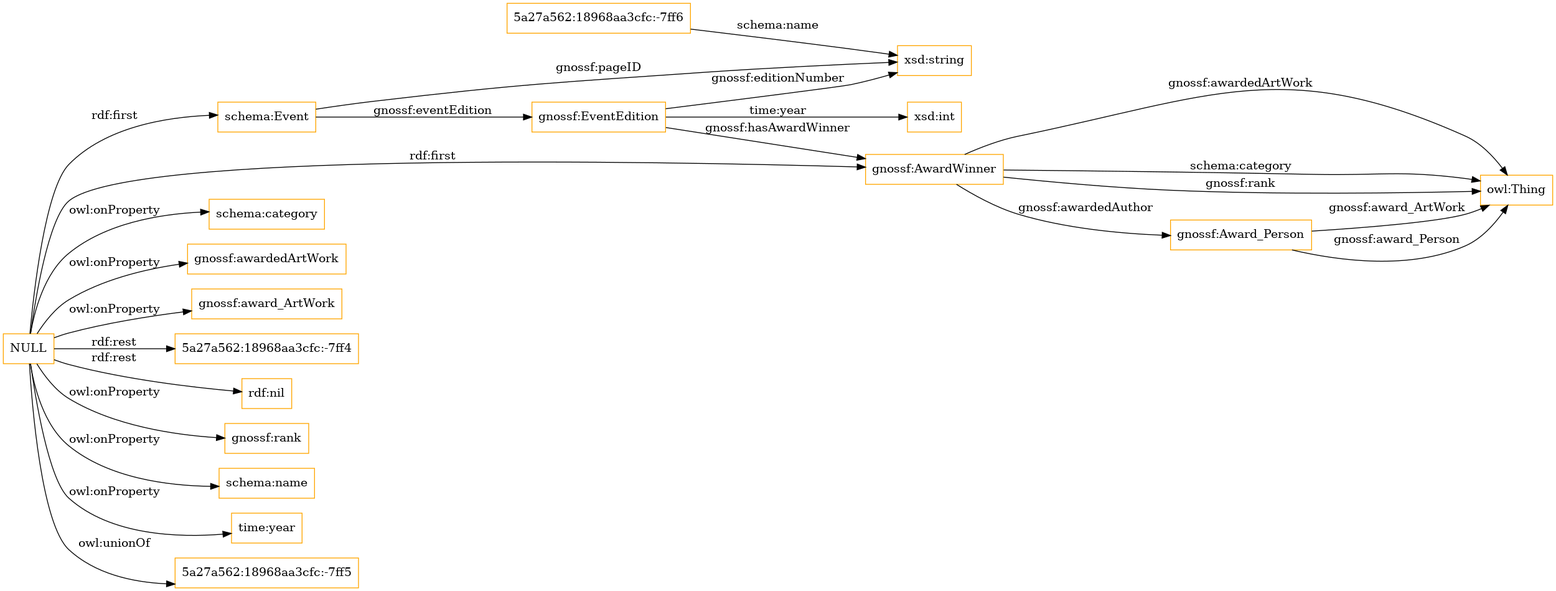
Before: OnToology/gfpremio.owl/diagrams/ar2dtool-class/gfpremio.owl.png, a diagram exported from Graphviz (sergio10mwws/ontologias-demo). Its source is kept beside it as OnToology/gfpremio.owl/diagrams/ar2dtool-class/gfpremio.owl.png.dot.
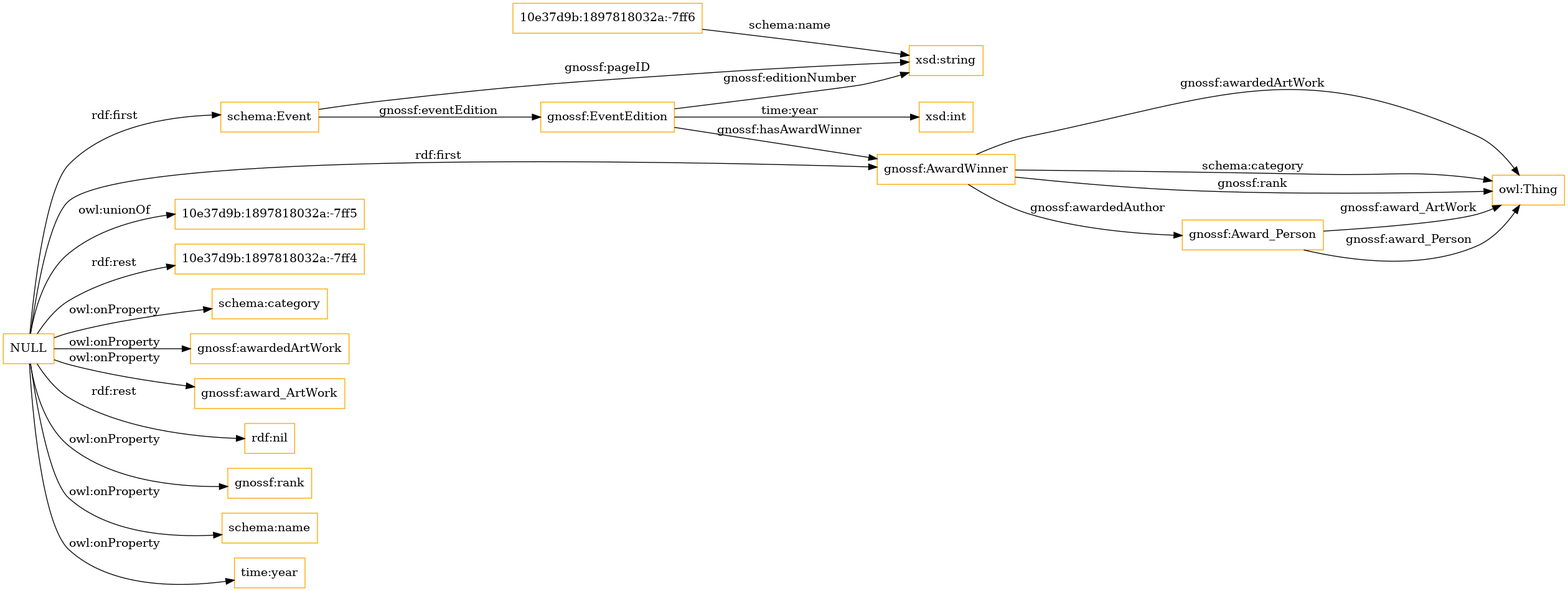
The same file after the commit.

The edit, as a diff of the source:
```diff
@@ -1,20 +1,20 @@
 digraph ar2dtool_diagram {
 rankdir=LR;
 size="1501"
-node [shape = rectangle, color="orange"]; "5a27a562:18968aa3cfc:-7ff6" "gnossf:AwardWinner" "schema:Event" "gnossf:Award_Person" "gnossf:EventEdition" ; /*classes style*/
+node [shape = rectangle, color="orange"]; "10e37d9b:1897818032a:-7ff6" "gnossf:AwardWinner" "schema:Event" "gnossf:Award_Person" "gnossf:EventEdition" ; /*classes style*/
+	"NULL" -> "10e37d9b:1897818032a:-7ff5" [ label = "owl:unionOf" ];
+	"NULL" -> "10e37d9b:1897818032a:-7ff4" [ label = "rdf:rest" ];
 	"NULL" -> "schema:category" [ label = "owl:onProperty" ];
 	"NULL" -> "gnossf:awardedArtWork" [ label = "owl:onProperty" ];
 	"NULL" -> "gnossf:award_ArtWork" [ label = "owl:onProperty" ];
-	"NULL" -> "5a27a562:18968aa3cfc:-7ff4" [ label = "rdf:rest" ];
 	"NULL" -> "rdf:nil" [ label = "rdf:rest" ];
 	"NULL" -> "gnossf:AwardWinner" [ label = "rdf:first" ];
 	"NULL" -> "gnossf:rank" [ label = "owl:onProperty" ];
 	"NULL" -> "schema:name" [ label = "owl:onProperty" ];
 	"NULL" -> "schema:Event" [ label = "rdf:first" ];
 	"NULL" -> "time:year" [ label = "owl:onProperty" ];
-	"NULL" -> "5a27a562:18968aa3cfc:-7ff5" [ label = "owl:unionOf" ];
 	"gnossf:AwardWinner" -> "owl:Thing" [ label = "gnossf:awardedArtWork" ];
-	"5a27a562:18968aa3cfc:-7ff6" -> "xsd:string" [ label = "schema:name" ];
+	"10e37d9b:1897818032a:-7ff6" -> "xsd:string" [ label = "schema:name" ];
 	"gnossf:EventEdition" -> "xsd:string" [ label = "gnossf:editionNumber" ];
 	"schema:Event" -> "gnossf:EventEdition" [ label = "gnossf:eventEdition" ];
 	"gnossf:Award_Person" -> "owl:Thing" [ label = "gnossf:award_Person" ];
```
